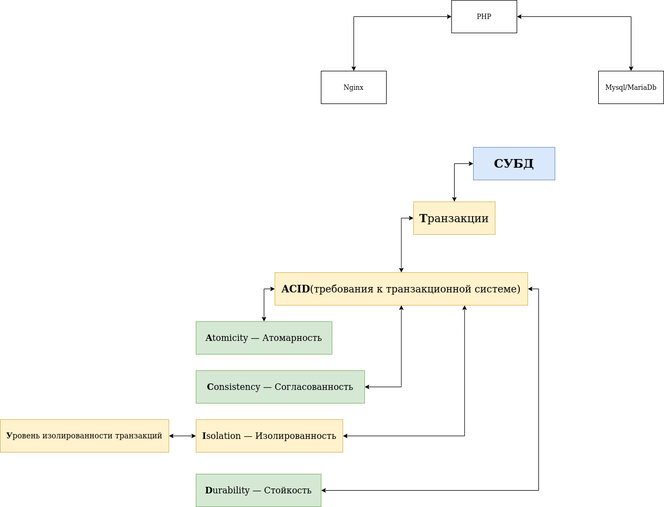
Above: My_knowledges_map.png in porfirovskiy/My_Knowledges (draw.io), before the change. Source tidied: cells renumbered, new cells last; positions are measured from the earlier drawing's top-left corner, leaving out a move shared by most shapes.
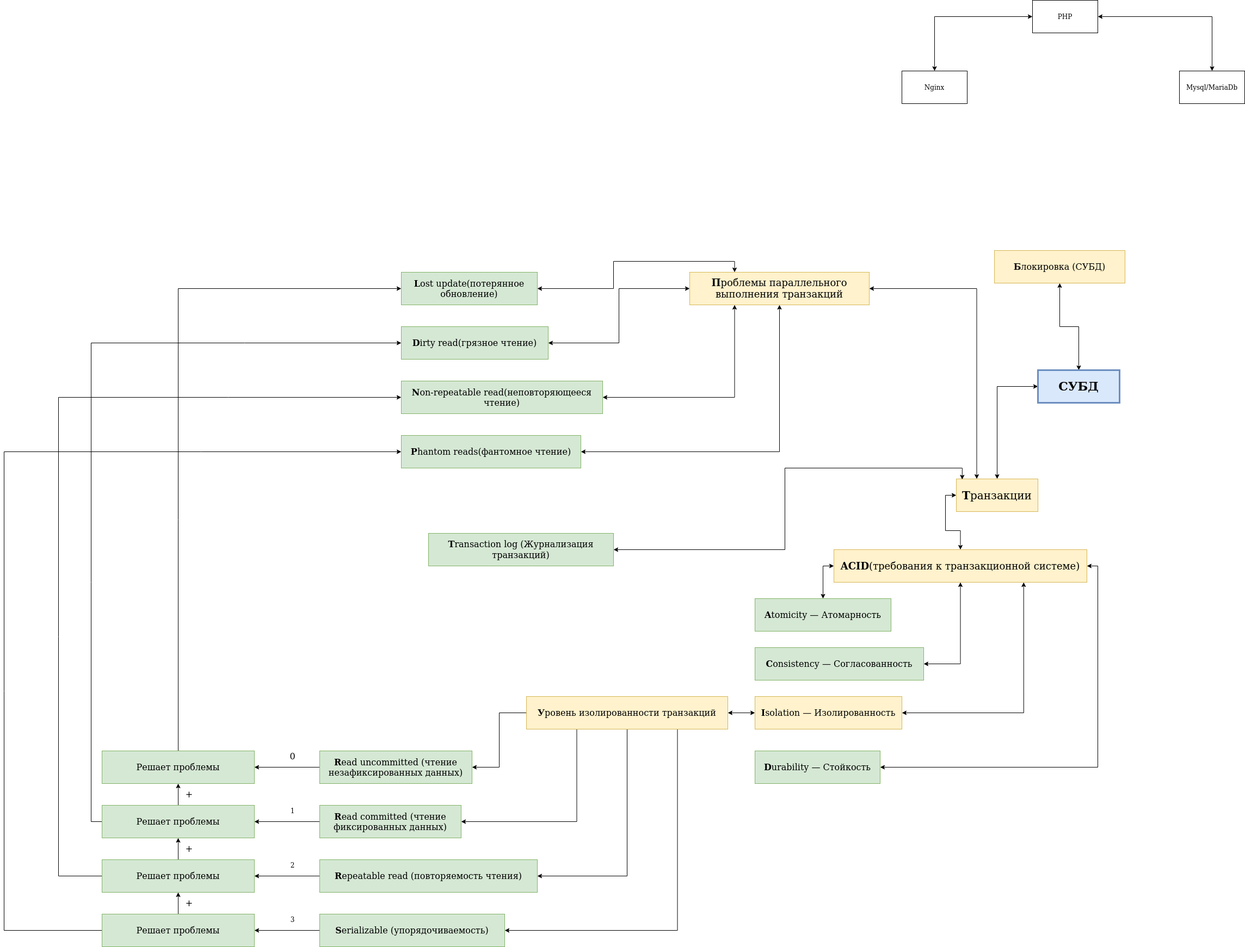
Later version of the same file.

Commit message:
add Isolation problems and levels of fix this problems

Change to the diagram source:
```diff
@@ -9,25 +9,28 @@
       <mxGeometry relative="1" as="geometry" />
     </mxCell>
     <mxCell id="4" value="PHP" style="rounded=0;whiteSpace=wrap;html=1;" parent="1" vertex="1">
-      <mxGeometry x="830" width="120" height="60" as="geometry" />
+      <mxGeometry x="870" y="-510" width="120" height="60" as="geometry" />
     </mxCell>
     <mxCell id="5" value="Nginx" style="rounded=0;whiteSpace=wrap;html=1;" parent="1" vertex="1">
-      <mxGeometry x="590" y="130" width="120" height="60" as="geometry" />
+      <mxGeometry x="630" y="-380" width="120" height="60" as="geometry" />
     </mxCell>
     <mxCell id="6" value="Mysql/MariaDb" style="rounded=0;whiteSpace=wrap;html=1;" parent="1" vertex="1">
-      <mxGeometry x="1100" y="130" width="120" height="60" as="geometry" />
+      <mxGeometry x="1140" y="-380" width="120" height="60" as="geometry" />
     </mxCell>
     <mxCell id="7" style="edgeStyle=orthogonalEdgeStyle;rounded=0;jettySize=auto;html=1;exitX=0;exitY=0.5;exitDx=0;exitDy=0;entryX=0.5;entryY=0;entryDx=0;entryDy=0;startArrow=classic;startFill=1;" parent="1" edge="1" source="8" target="10">
       <mxGeometry relative="1" as="geometry" />
     </mxCell>
+    <mxCell id="22" style="edgeStyle=orthogonalEdgeStyle;rounded=0;jettySize=auto;html=1;exitX=0.5;exitY=0;exitDx=0;exitDy=0;entryX=0.5;entryY=1;entryDx=0;entryDy=0;startArrow=classic;startFill=1;" parent="1" edge="1" source="8" target="29">
+      <mxGeometry relative="1" as="geometry" />
+    </mxCell>
-    <mxCell id="8" value="&lt;font style=&quot;font-size: 22px&quot;&gt;&lt;b&gt;СУБД&lt;/b&gt;&lt;/font&gt;" style="rounded=0;whiteSpace=wrap;html=1;fillColor=#dae8fc;strokeColor=#6c8ebf;" parent="1" vertex="1">
-      <mxGeometry x="870" y="270" width="150" height="60" as="geometry" />
+    <mxCell id="8" value="&lt;font style=&quot;font-size: 22px&quot;&gt;&lt;b&gt;СУБД&lt;/b&gt;&lt;/font&gt;" style="rounded=0;whiteSpace=wrap;html=1;fillColor=#dae8fc;strokeColor=#6c8ebf;strokeWidth=3;" parent="1" vertex="1">
+      <mxGeometry x="880" y="170" width="150" height="60" as="geometry" />
     </mxCell>
     <mxCell id="9" style="edgeStyle=orthogonalEdgeStyle;rounded=0;jettySize=auto;html=1;exitX=0;exitY=0.5;exitDx=0;exitDy=0;entryX=0.5;entryY=0;entryDx=0;entryDy=0;startArrow=classic;startFill=1;" parent="1" edge="1" source="10" target="15">
       <mxGeometry relative="1" as="geometry" />
     </mxCell>
     <mxCell id="10" value="&lt;font style=&quot;font-size: 20px&quot;&gt;&lt;b&gt;Т&lt;/b&gt;ранзакции&lt;/font&gt;" style="rounded=0;whiteSpace=wrap;html=1;fillColor=#fff2cc;strokeColor=#d6b656;" parent="1" vertex="1">
-      <mxGeometry x="760" y="370" width="150" height="60" as="geometry" />
+      <mxGeometry x="730" y="370" width="150" height="60" as="geometry" />
     </mxCell>
     <mxCell id="11" style="edgeStyle=orthogonalEdgeStyle;rounded=0;jettySize=auto;html=1;exitX=0;exitY=0.5;exitDx=0;exitDy=0;entryX=0.5;entryY=0;entryDx=0;entryDy=0;startArrow=classic;startFill=1;" parent="1" edge="1" source="15" target="16">
       <mxGeometry relative="1" as="geometry" />
@@ -59,8 +62,147 @@
     <mxCell id="20" value="&lt;font style=&quot;font-size: 16px&quot;&gt;&lt;b&gt;D&lt;/b&gt;urability — Стойкость&lt;/font&gt;" style="rounded=0;whiteSpace=wrap;html=1;fillColor=#d5e8d4;strokeColor=#82b366;" parent="1" vertex="1">
       <mxGeometry x="360" y="870" width="230" height="60" as="geometry" />
     </mxCell>
+    <mxCell id="23" style="edgeStyle=orthogonalEdgeStyle;rounded=0;jettySize=auto;html=1;exitX=0;exitY=0.5;exitDx=0;exitDy=0;entryX=1;entryY=0.5;entryDx=0;entryDy=0;startArrow=none;startFill=0;endArrow=classic;endFill=1;" parent="1" edge="1" source="21" target="41">
+      <mxGeometry relative="1" as="geometry" />
+    </mxCell>
+    <mxCell id="24" style="edgeStyle=orthogonalEdgeStyle;rounded=0;jettySize=auto;html=1;exitX=0.25;exitY=1;exitDx=0;exitDy=0;entryX=1;entryY=0.5;entryDx=0;entryDy=0;startArrow=none;startFill=0;endArrow=classic;endFill=1;" parent="1" edge="1" source="21" target="43">
+      <mxGeometry relative="1" as="geometry" />
+    </mxCell>
+    <mxCell id="25" style="edgeStyle=orthogonalEdgeStyle;rounded=0;jettySize=auto;html=1;exitX=0.5;exitY=1;exitDx=0;exitDy=0;entryX=1;entryY=0.5;entryDx=0;entryDy=0;startArrow=none;startFill=0;endArrow=classic;endFill=1;" parent="1" edge="1" source="21" target="45">
+      <mxGeometry relative="1" as="geometry" />
+    </mxCell>
+    <mxCell id="26" style="edgeStyle=orthogonalEdgeStyle;rounded=0;jettySize=auto;html=1;exitX=0.75;exitY=1;exitDx=0;exitDy=0;entryX=1;entryY=0.5;entryDx=0;entryDy=0;startArrow=none;startFill=0;endArrow=classic;endFill=1;" parent="1" edge="1" source="21" target="47">
+      <mxGeometry relative="1" as="geometry" />
+    </mxCell>
-    <mxCell id="21" value="&lt;font style=&quot;font-size: 14px&quot;&gt;&lt;b&gt;У&lt;/b&gt;ровень изолированности транзакций&lt;/font&gt;" style="rounded=0;whiteSpace=wrap;html=1;fillColor=#fff2cc;strokeColor=#d6b656;" parent="1" vertex="1">
-      <mxGeometry y="770" width="310" height="60" as="geometry" />
+    <mxCell id="21" value="&lt;font style=&quot;font-size: 16px&quot;&gt;&lt;b&gt;У&lt;/b&gt;ровень изолированности транзакций&lt;/font&gt;" style="rounded=0;whiteSpace=wrap;html=1;fillColor=#fff2cc;strokeColor=#d6b656;" parent="1" vertex="1">
+      <mxGeometry x="-60" y="770" width="370" height="60" as="geometry" />
     </mxCell>
+    <mxCell id="27" style="edgeStyle=orthogonalEdgeStyle;rounded=0;jettySize=auto;html=1;exitX=1;exitY=0.5;exitDx=0;exitDy=0;entryX=0.072;entryY=0.017;entryDx=0;entryDy=0;entryPerimeter=0;startArrow=classic;startFill=1;" parent="1" edge="1" source="28" target="10">
+      <mxGeometry relative="1" as="geometry" />
+    </mxCell>
+    <mxCell id="28" value="&lt;h1 id=&quot;firstHeading&quot; class=&quot;firstHeading&quot; style=&quot;font-size: 16px&quot; lang=&quot;ru&quot;&gt;&lt;font style=&quot;font-size: 16px&quot;&gt;&lt;span style=&quot;font-weight: normal&quot;&gt;&lt;b&gt;T&lt;/b&gt;ransaction log (Журнализация транзакций)&lt;/span&gt;&lt;/font&gt;&lt;/h1&gt;" style="rounded=0;whiteSpace=wrap;html=1;fillColor=#d5e8d4;strokeColor=#82b366;" parent="1" vertex="1">
+      <mxGeometry x="-240" y="470" width="340" height="60" as="geometry" />
+    </mxCell>
+    <mxCell id="29" value="&lt;h1 id=&quot;firstHeading&quot; class=&quot;firstHeading&quot; style=&quot;font-size: 16px&quot; lang=&quot;ru&quot;&gt;&lt;font style=&quot;font-size: 16px&quot;&gt;&lt;span style=&quot;font-weight: normal&quot;&gt;&lt;b&gt;Б&lt;/b&gt;локировка (СУБД)&lt;/span&gt;&lt;/font&gt;&lt;/h1&gt;" style="rounded=0;whiteSpace=wrap;html=1;fillColor=#fff2cc;strokeColor=#d6b656;" parent="1" vertex="1">
+      <mxGeometry x="800" y="-50" width="240" height="60" as="geometry" />
+    </mxCell>
+    <mxCell id="30" style="edgeStyle=orthogonalEdgeStyle;rounded=0;jettySize=auto;html=1;exitX=0.25;exitY=0;exitDx=0;exitDy=0;entryX=1;entryY=0.5;entryDx=0;entryDy=0;startArrow=classic;startFill=1;endArrow=classic;endFill=1;" parent="1" edge="1" source="35" target="36">
+      <mxGeometry relative="1" as="geometry" />
+    </mxCell>
+    <mxCell id="31" style="edgeStyle=orthogonalEdgeStyle;rounded=0;jettySize=auto;html=1;exitX=0;exitY=0.5;exitDx=0;exitDy=0;entryX=1;entryY=0.5;entryDx=0;entryDy=0;startArrow=classic;startFill=1;" parent="1" edge="1" source="35" target="37">
+      <mxGeometry relative="1" as="geometry" />
+    </mxCell>
+    <mxCell id="32" style="edgeStyle=orthogonalEdgeStyle;rounded=0;jettySize=auto;html=1;exitX=0.25;exitY=1;exitDx=0;exitDy=0;entryX=1;entryY=0.5;entryDx=0;entryDy=0;startArrow=classic;startFill=1;" parent="1" edge="1" source="35" target="38">
+      <mxGeometry relative="1" as="geometry" />
+    </mxCell>
+    <mxCell id="33" style="edgeStyle=orthogonalEdgeStyle;rounded=0;jettySize=auto;html=1;exitX=0.5;exitY=1;exitDx=0;exitDy=0;entryX=1;entryY=0.5;entryDx=0;entryDy=0;startArrow=classic;startFill=1;" parent="1" edge="1" source="35" target="39">
+      <mxGeometry relative="1" as="geometry" />
+    </mxCell>
+    <mxCell id="34" style="edgeStyle=orthogonalEdgeStyle;rounded=0;jettySize=auto;html=1;exitX=1;exitY=0.5;exitDx=0;exitDy=0;entryX=0.25;entryY=0;entryDx=0;entryDy=0;startArrow=classic;startFill=1;" parent="1" edge="1" source="35" target="10">
+      <mxGeometry relative="1" as="geometry" />
+    </mxCell>
+    <mxCell id="35" value="&lt;font style=&quot;font-size: 18px&quot;&gt;&lt;b&gt;П&lt;/b&gt;роблемы параллельного выполнения транзакций&lt;br&gt;&lt;/font&gt;" style="rounded=0;whiteSpace=wrap;html=1;fillColor=#fff2cc;strokeColor=#d6b656;" parent="1" vertex="1">
+      <mxGeometry x="240" y="-10" width="330" height="60" as="geometry" />
+    </mxCell>
+    <mxCell id="36" value="&lt;font style=&quot;font-size: 16px&quot;&gt;&lt;b&gt;L&lt;/b&gt;ost update(потерянное обновление)&lt;/font&gt;" style="rounded=0;whiteSpace=wrap;html=1;fillColor=#d5e8d4;strokeColor=#82b366;" parent="1" vertex="1">
+      <mxGeometry x="-290" y="-10" width="250" height="60" as="geometry" />
+    </mxCell>
+    <mxCell id="37" value="&lt;font style=&quot;font-size: 16px&quot;&gt;&lt;b&gt;D&lt;/b&gt;irty read(грязное чтение)&lt;/font&gt;" style="rounded=0;whiteSpace=wrap;html=1;fillColor=#d5e8d4;strokeColor=#82b366;" parent="1" vertex="1">
+      <mxGeometry x="-290" y="90" width="270" height="60" as="geometry" />
+    </mxCell>
+    <mxCell id="38" value="&lt;font style=&quot;font-size: 16px&quot;&gt;&lt;b&gt;N&lt;/b&gt;on-repeatable read(неповторяющееся чтение)&lt;/font&gt;" style="rounded=0;whiteSpace=wrap;html=1;fillColor=#d5e8d4;strokeColor=#82b366;" parent="1" vertex="1">
+      <mxGeometry x="-290" y="190" width="370" height="60" as="geometry" />
+    </mxCell>
+    <mxCell id="39" value="&lt;font style=&quot;font-size: 16px&quot;&gt;&lt;b&gt;P&lt;/b&gt;hantom reads(фантомное чтение)&lt;/font&gt;" style="rounded=0;whiteSpace=wrap;html=1;fillColor=#d5e8d4;strokeColor=#82b366;" parent="1" vertex="1">
+      <mxGeometry x="-290" y="290" width="330" height="60" as="geometry" />
+    </mxCell>
+    <mxCell id="40" style="edgeStyle=orthogonalEdgeStyle;rounded=0;jettySize=auto;html=1;exitX=0;exitY=0.5;exitDx=0;exitDy=0;entryX=1;entryY=0.5;entryDx=0;entryDy=0;startArrow=none;startFill=0;endArrow=classic;endFill=1;" parent="1" edge="1" source="41" target="49">
+      <mxGeometry relative="1" as="geometry" />
+    </mxCell>
+    <mxCell id="41" value="&lt;font style=&quot;font-size: 16px&quot;&gt;&lt;b&gt;R&lt;/b&gt;ead uncommitted (чтение незафиксированных данных)&lt;/font&gt;" style="rounded=0;whiteSpace=wrap;html=1;fillColor=#d5e8d4;strokeColor=#82b366;" parent="1" vertex="1">
+      <mxGeometry x="-440" y="870" width="280" height="60" as="geometry" />
+    </mxCell>
+    <mxCell id="42" style="edgeStyle=orthogonalEdgeStyle;rounded=0;jettySize=auto;html=1;exitX=0;exitY=0.5;exitDx=0;exitDy=0;entryX=1;entryY=0.5;entryDx=0;entryDy=0;startArrow=none;startFill=0;endArrow=classic;endFill=1;" parent="1" edge="1" source="43" target="52">
+      <mxGeometry relative="1" as="geometry" />
+    </mxCell>
+    <mxCell id="43" value="&lt;font style=&quot;font-size: 16px&quot;&gt;&lt;b&gt;R&lt;/b&gt;ead committed (чтение фиксированных данных)&lt;/font&gt;" style="rounded=0;whiteSpace=wrap;html=1;fillColor=#d5e8d4;strokeColor=#82b366;" parent="1" vertex="1">
+      <mxGeometry x="-440" y="970" width="260" height="60" as="geometry" />
+    </mxCell>
+    <mxCell id="44" style="edgeStyle=orthogonalEdgeStyle;rounded=0;jettySize=auto;html=1;exitX=0;exitY=0.5;exitDx=0;exitDy=0;entryX=1;entryY=0.5;entryDx=0;entryDy=0;startArrow=none;startFill=0;endArrow=classic;endFill=1;" parent="1" edge="1" source="45" target="55">
+      <mxGeometry relative="1" as="geometry" />
+    </mxCell>
+    <mxCell id="45" value="&lt;font style=&quot;font-size: 16px&quot;&gt;&lt;b&gt;R&lt;/b&gt;epeatable read (повторяемость чтения)&lt;/font&gt;" style="rounded=0;whiteSpace=wrap;html=1;fillColor=#d5e8d4;strokeColor=#82b366;" parent="1" vertex="1">
+      <mxGeometry x="-440" y="1070" width="400" height="60" as="geometry" />
+    </mxCell>
+    <mxCell id="46" style="edgeStyle=orthogonalEdgeStyle;rounded=0;jettySize=auto;html=1;exitX=0;exitY=0.5;exitDx=0;exitDy=0;entryX=1;entryY=0.5;entryDx=0;entryDy=0;startArrow=none;startFill=0;endArrow=classic;endFill=1;" parent="1" edge="1" source="47" target="58">
+      <mxGeometry relative="1" as="geometry" />
+    </mxCell>
+    <mxCell id="47" value="&lt;font style=&quot;font-size: 16px&quot;&gt;&lt;b&gt;S&lt;/b&gt;erializable (упорядочиваемость)&lt;/font&gt;" style="rounded=0;whiteSpace=wrap;html=1;fillColor=#d5e8d4;strokeColor=#82b366;" parent="1" vertex="1">
+      <mxGeometry x="-440" y="1170" width="340" height="60" as="geometry" />
+    </mxCell>
+    <mxCell id="48" style="edgeStyle=orthogonalEdgeStyle;rounded=0;jettySize=auto;html=1;exitX=0.5;exitY=0;exitDx=0;exitDy=0;entryX=0;entryY=0.5;entryDx=0;entryDy=0;startArrow=none;startFill=0;endArrow=classic;endFill=1;" parent="1" edge="1" source="49" target="36">
+      <mxGeometry relative="1" as="geometry" />
+    </mxCell>
+    <mxCell id="49" value="&lt;font style=&quot;font-size: 16px&quot;&gt;Решает проблемы&lt;br&gt;&lt;/font&gt;" style="rounded=0;whiteSpace=wrap;html=1;fillColor=#d5e8d4;strokeColor=#82b366;" parent="1" vertex="1">
+      <mxGeometry x="-840" y="870" width="280" height="60" as="geometry" />
+    </mxCell>
+    <mxCell id="50" style="edgeStyle=orthogonalEdgeStyle;rounded=0;jettySize=auto;html=1;exitX=0;exitY=0.5;exitDx=0;exitDy=0;entryX=0;entryY=0.5;entryDx=0;entryDy=0;startArrow=none;startFill=0;endArrow=classic;endFill=1;" parent="1" edge="1" source="52" target="37">
+      <mxGeometry relative="1" as="geometry" />
+    </mxCell>
+    <mxCell id="51" style="edgeStyle=orthogonalEdgeStyle;rounded=0;jettySize=auto;html=1;exitX=0.5;exitY=0;exitDx=0;exitDy=0;entryX=0.5;entryY=1;entryDx=0;entryDy=0;startArrow=none;startFill=0;endArrow=classic;endFill=1;" parent="1" edge="1" source="52" target="49">
+      <mxGeometry relative="1" as="geometry" />
+    </mxCell>
+    <mxCell id="52" value="&lt;font style=&quot;font-size: 16px&quot;&gt;Решает проблемы&lt;br&gt;&lt;/font&gt;" style="rounded=0;whiteSpace=wrap;html=1;fillColor=#d5e8d4;strokeColor=#82b366;" parent="1" vertex="1">
+      <mxGeometry x="-840" y="970" width="280" height="60" as="geometry" />
+    </mxCell>
+    <mxCell id="53" style="edgeStyle=orthogonalEdgeStyle;rounded=0;jettySize=auto;html=1;exitX=0.5;exitY=0;exitDx=0;exitDy=0;entryX=0.5;entryY=1;entryDx=0;entryDy=0;startArrow=none;startFill=0;endArrow=classic;endFill=1;" parent="1" edge="1" source="55" target="52">
+      <mxGeometry relative="1" as="geometry" />
+    </mxCell>
+    <mxCell id="54" style="edgeStyle=orthogonalEdgeStyle;rounded=0;jettySize=auto;html=1;exitX=0;exitY=0.5;exitDx=0;exitDy=0;entryX=0;entryY=0.5;entryDx=0;entryDy=0;startArrow=none;startFill=0;endArrow=classic;endFill=1;" parent="1" edge="1" source="55" target="38">
+      <mxGeometry relative="1" as="geometry">
+        <Array as="points">
+          <mxPoint x="-920" y="1100" />
+          <mxPoint x="-920" y="220" />
+        </Array>
+      </mxGeometry>
+    </mxCell>
+    <mxCell id="55" value="&lt;font style=&quot;font-size: 16px&quot;&gt;Решает проблемы&lt;br&gt;&lt;/font&gt;" style="rounded=0;whiteSpace=wrap;html=1;fillColor=#d5e8d4;strokeColor=#82b366;" parent="1" vertex="1">
+      <mxGeometry x="-840" y="1070" width="280" height="60" as="geometry" />
+    </mxCell>
+    <mxCell id="56" style="edgeStyle=orthogonalEdgeStyle;rounded=0;jettySize=auto;html=1;exitX=0.5;exitY=0;exitDx=0;exitDy=0;entryX=0.5;entryY=1;entryDx=0;entryDy=0;startArrow=none;startFill=0;endArrow=classic;endFill=1;" parent="1" edge="1" source="58" target="55">
+      <mxGeometry relative="1" as="geometry" />
+    </mxCell>
+    <mxCell id="57" style="edgeStyle=orthogonalEdgeStyle;rounded=0;jettySize=auto;html=1;exitX=0;exitY=0.5;exitDx=0;exitDy=0;entryX=0;entryY=0.5;entryDx=0;entryDy=0;startArrow=none;startFill=0;endArrow=classic;endFill=1;" parent="1" edge="1" source="58" target="39">
+      <mxGeometry relative="1" as="geometry">
+        <Array as="points">
+          <mxPoint x="-1020" y="1200" />
+          <mxPoint x="-1020" y="320" />
+        </Array>
+      </mxGeometry>
+    </mxCell>
+    <mxCell id="58" value="&lt;font style=&quot;font-size: 16px&quot;&gt;Решает проблемы&lt;br&gt;&lt;/font&gt;" style="rounded=0;whiteSpace=wrap;html=1;fillColor=#d5e8d4;strokeColor=#82b366;" parent="1" vertex="1">
+      <mxGeometry x="-840" y="1170" width="280" height="60" as="geometry" />
+    </mxCell>
+    <mxCell id="59" value="&lt;font style=&quot;font-size: 16px&quot;&gt;+&lt;/font&gt;" style="text;html=1;align=center;verticalAlign=middle;" parent="1" vertex="1">
+      <mxGeometry x="-695" y="940" width="30" height="20" as="geometry" />
+    </mxCell>
+    <mxCell id="60" value="&lt;font style=&quot;font-size: 16px&quot;&gt;+&lt;/font&gt;" style="text;html=1;align=center;verticalAlign=middle;" parent="1" vertex="1">
+      <mxGeometry x="-695" y="1040" width="30" height="20" as="geometry" />
+    </mxCell>
+    <mxCell id="61" value="&lt;font style=&quot;font-size: 16px&quot;&gt;+&lt;/font&gt;" style="text;html=1;align=center;verticalAlign=middle;" parent="1" vertex="1">
+      <mxGeometry x="-695" y="1140" width="30" height="20" as="geometry" />
+    </mxCell>
+    <mxCell id="62" value="&lt;font style=&quot;font-size: 16px&quot;&gt;0&lt;/font&gt;" style="text;html=1;align=center;verticalAlign=middle;" parent="1" vertex="1">
+      <mxGeometry x="-505" y="870" width="30" height="20" as="geometry" />
+    </mxCell>
+    <mxCell id="63" value="1" style="text;html=1;align=center;verticalAlign=middle;" parent="1" vertex="1">
+      <mxGeometry x="-500" y="970" width="20" height="20" as="geometry" />
+    </mxCell>
+    <mxCell id="64" value="2" style="text;html=1;align=center;verticalAlign=middle;" parent="1" vertex="1">
+      <mxGeometry x="-500" y="1070" width="20" height="20" as="geometry" />
+    </mxCell>
+    <mxCell id="65" value="3" style="text;html=1;align=center;verticalAlign=middle;" parent="1" vertex="1">
+      <mxGeometry x="-500" y="1170" width="20" height="20" as="geometry" />
+    </mxCell>
   </root>
 </mxGraphModel>
```
